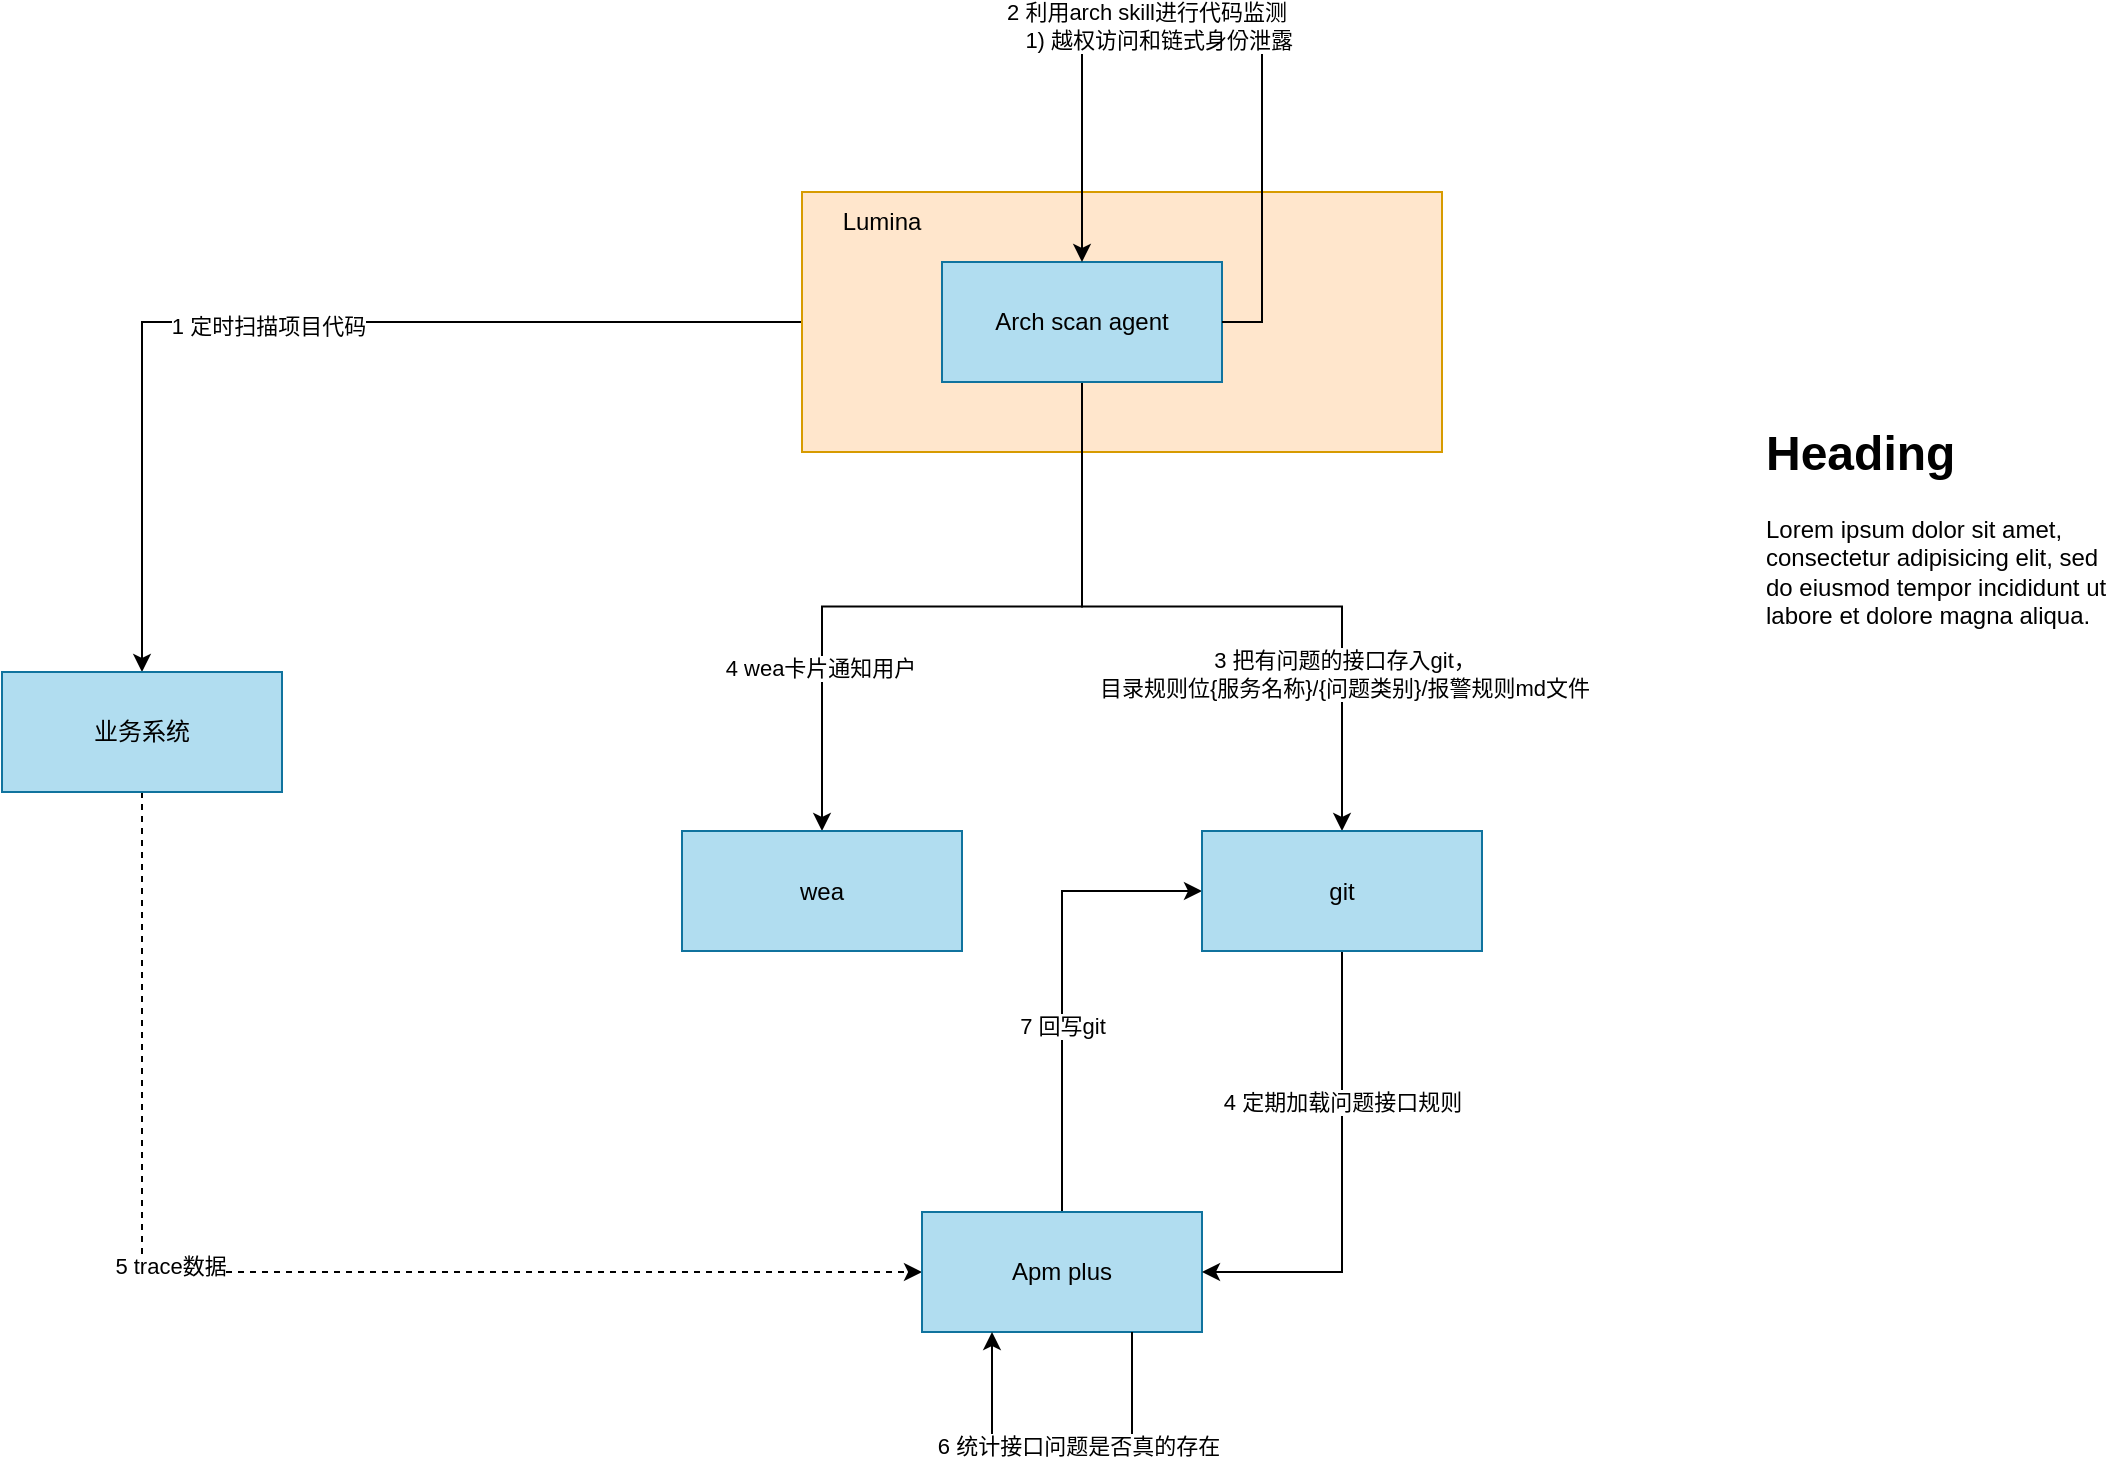
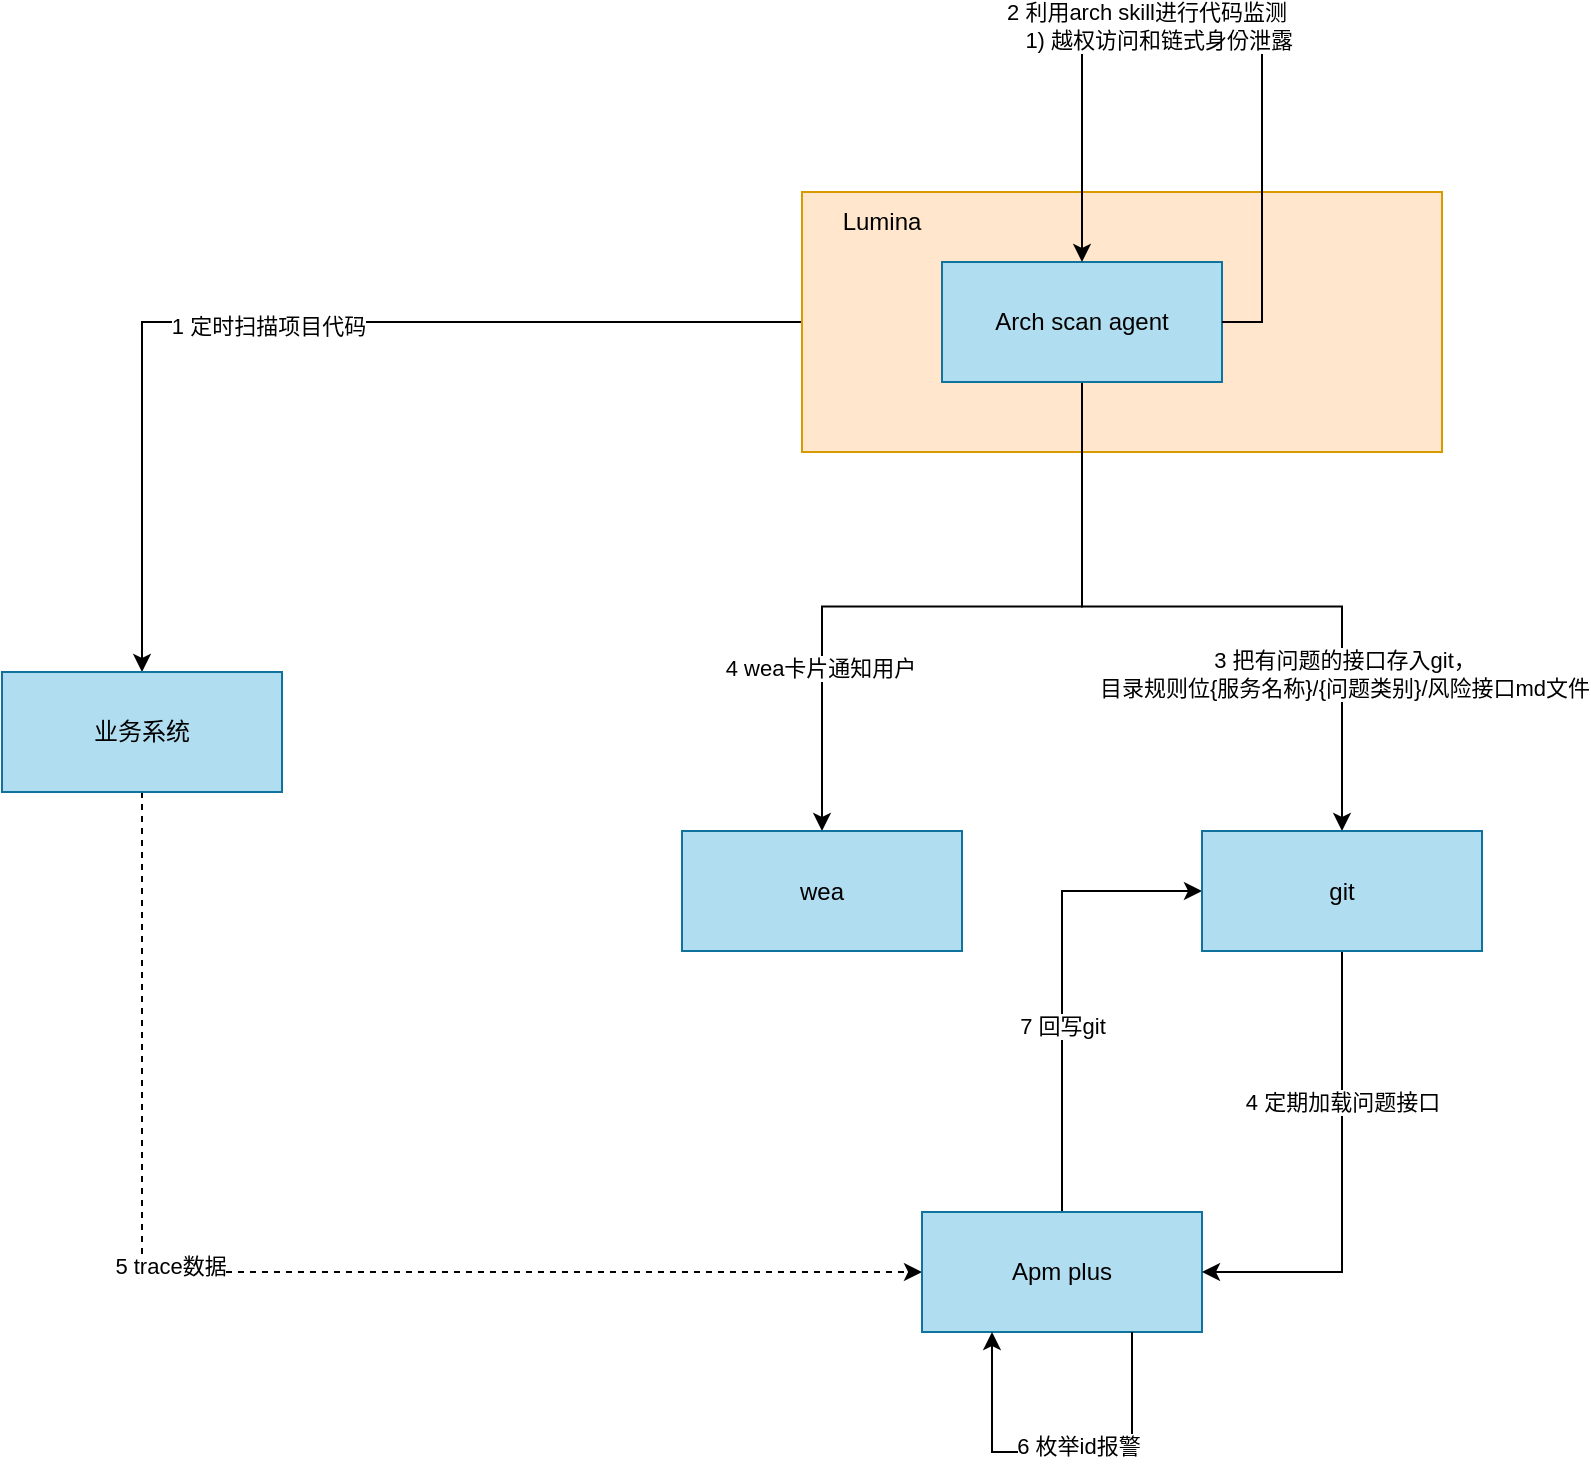
<mxfile host="app.diagrams.net">
  <diagram name="第 1 页" id="v4d0oD99BJNh_s1QToVL">
    <mxGraphModel dx="1222" dy="764" grid="1" gridSize="10" guides="1" tooltips="1" connect="1" arrows="1" fold="1" page="1" pageScale="1" pageWidth="3300" pageHeight="2339" math="0" shadow="0">
      <root>
        <mxCell id="0" />
        <mxCell id="1" parent="0" />
        <mxCell id="BZSGkBbcOcEUag34DBB_-2" edge="1" parent="1" source="SJECwPXb0EPlWWx2axZS-5" style="edgeStyle=orthogonalEdgeStyle;rounded=0;orthogonalLoop=1;jettySize=auto;html=1;exitX=0;exitY=0.5;exitDx=0;exitDy=0;" target="BZSGkBbcOcEUag34DBB_-1">
          <mxGeometry relative="1" as="geometry" />
        </mxCell>
        <mxCell id="BZSGkBbcOcEUag34DBB_-9" connectable="0" parent="BZSGkBbcOcEUag34DBB_-2" style="edgeLabel;html=1;align=center;verticalAlign=middle;resizable=0;points=[];" value="1 定时扫描项目代码" vertex="1">
          <mxGeometry relative="1" x="0.0582" y="2" as="geometry">
            <mxPoint as="offset" />
          </mxGeometry>
        </mxCell>
        <mxCell id="SJECwPXb0EPlWWx2axZS-5" parent="1" style="rounded=0;whiteSpace=wrap;html=1;fillColor=#ffe6cc;strokeColor=#d79b00;" value="" vertex="1">
          <mxGeometry height="130" width="320" x="530" y="160" as="geometry" />
        </mxCell>
        <mxCell id="BZSGkBbcOcEUag34DBB_-19" edge="1" parent="1" source="BZSGkBbcOcEUag34DBB_-1" style="edgeStyle=orthogonalEdgeStyle;rounded=0;orthogonalLoop=1;jettySize=auto;html=1;exitX=0.5;exitY=1;exitDx=0;exitDy=0;entryX=0;entryY=0.5;entryDx=0;entryDy=0;dashed=1;" target="BZSGkBbcOcEUag34DBB_-3">
          <mxGeometry relative="1" as="geometry" />
        </mxCell>
        <mxCell id="BZSGkBbcOcEUag34DBB_-20" connectable="0" parent="BZSGkBbcOcEUag34DBB_-19" style="edgeLabel;html=1;align=center;verticalAlign=middle;resizable=0;points=[];" value="5 trace数据" vertex="1">
          <mxGeometry relative="1" x="-0.1937" y="3" as="geometry">
            <mxPoint as="offset" />
          </mxGeometry>
        </mxCell>
        <mxCell id="BZSGkBbcOcEUag34DBB_-1" parent="1" style="rounded=0;whiteSpace=wrap;html=1;fillColor=#b1ddf0;strokeColor=#10739e;" value="业务系统" vertex="1">
          <mxGeometry height="60" width="140" x="130" y="400" as="geometry" />
        </mxCell>
        <mxCell id="BZSGkBbcOcEUag34DBB_-23" edge="1" parent="1" source="BZSGkBbcOcEUag34DBB_-3" style="edgeStyle=orthogonalEdgeStyle;rounded=0;orthogonalLoop=1;jettySize=auto;html=1;exitX=0.5;exitY=0;exitDx=0;exitDy=0;entryX=0;entryY=0.5;entryDx=0;entryDy=0;" target="BZSGkBbcOcEUag34DBB_-6">
          <mxGeometry relative="1" as="geometry" />
        </mxCell>
        <mxCell id="BZSGkBbcOcEUag34DBB_-24" connectable="0" parent="BZSGkBbcOcEUag34DBB_-23" style="edgeLabel;html=1;align=center;verticalAlign=middle;resizable=0;points=[];" value="7 回写git" vertex="1">
          <mxGeometry relative="1" x="-0.1931" as="geometry">
            <mxPoint as="offset" />
          </mxGeometry>
        </mxCell>
        <mxCell id="BZSGkBbcOcEUag34DBB_-3" parent="1" style="rounded=0;whiteSpace=wrap;html=1;fillColor=#b1ddf0;strokeColor=#10739e;" value="Apm plus" vertex="1">
          <mxGeometry height="60" width="140" x="590" y="670" as="geometry" />
        </mxCell>
        <mxCell id="BZSGkBbcOcEUag34DBB_-7" edge="1" parent="1" source="SJECwPXb0EPlWWx2axZS-4" style="edgeStyle=orthogonalEdgeStyle;rounded=0;orthogonalLoop=1;jettySize=auto;html=1;exitX=0.5;exitY=1;exitDx=0;exitDy=0;" target="BZSGkBbcOcEUag34DBB_-6">
          <mxGeometry relative="1" as="geometry" />
        </mxCell>
-         <mxCell id="BZSGkBbcOcEUag34DBB_-14" connectable="0" parent="BZSGkBbcOcEUag34DBB_-7" style="edgeLabel;html=1;align=center;verticalAlign=middle;resizable=0;points=[];" value="3 把有问题的接口存入git，&lt;div&gt;目录规则位{服务名称}/&lt;span style=&quot;background-color: light-dark(#ffffff, var(--ge-dark-color, #121212)); color: light-dark(rgb(0, 0, 0), rgb(255, 255, 255));&quot;&gt;{问题类别}/报警规则md文件&lt;/span&gt;&lt;/div&gt;" vertex="1">
+         <mxCell id="BZSGkBbcOcEUag34DBB_-14" connectable="0" parent="BZSGkBbcOcEUag34DBB_-7" style="edgeLabel;html=1;align=center;verticalAlign=middle;resizable=0;points=[];" value="3 把有问题的接口存入git，&lt;div&gt;目录规则位{服务名称}/&lt;span style=&quot;background-color: light-dark(#ffffff, var(--ge-dark-color, #121212)); color: light-dark(rgb(0, 0, 0), rgb(255, 255, 255));&quot;&gt;{问题类别}/风险接口md文件&lt;/span&gt;&lt;/div&gt;" vertex="1">
          <mxGeometry relative="1" x="0.0845" y="1" as="geometry">
            <mxPoint x="51" y="34" as="offset" />
          </mxGeometry>
        </mxCell>
        <mxCell id="BZSGkBbcOcEUag34DBB_-8" edge="1" parent="1" source="SJECwPXb0EPlWWx2axZS-4" style="edgeStyle=orthogonalEdgeStyle;rounded=0;orthogonalLoop=1;jettySize=auto;html=1;exitX=0.5;exitY=1;exitDx=0;exitDy=0;" target="BZSGkBbcOcEUag34DBB_-5">
          <mxGeometry relative="1" as="geometry" />
        </mxCell>
        <mxCell id="BZSGkBbcOcEUag34DBB_-15" connectable="0" parent="BZSGkBbcOcEUag34DBB_-8" style="edgeLabel;html=1;align=center;verticalAlign=middle;resizable=0;points=[];" value="4 wea卡片通知用户" vertex="1">
          <mxGeometry relative="1" x="0.538" y="-1" as="geometry">
            <mxPoint as="offset" />
          </mxGeometry>
        </mxCell>
        <mxCell id="SJECwPXb0EPlWWx2axZS-4" parent="1" style="rounded=0;whiteSpace=wrap;html=1;fillColor=#b1ddf0;strokeColor=#10739e;" value="Arch scan agent" vertex="1">
          <mxGeometry height="60" width="140" x="600" y="195" as="geometry" />
        </mxCell>
        <mxCell id="BZSGkBbcOcEUag34DBB_-4" parent="1" style="text;html=1;whiteSpace=wrap;strokeColor=none;fillColor=none;align=center;verticalAlign=middle;rounded=0;" value="Lumina" vertex="1">
          <mxGeometry height="30" width="60" x="540" y="160" as="geometry" />
        </mxCell>
        <mxCell id="BZSGkBbcOcEUag34DBB_-5" parent="1" style="rounded=0;whiteSpace=wrap;html=1;fillColor=#b1ddf0;strokeColor=#10739e;" value="wea" vertex="1">
          <mxGeometry height="60" width="140" x="470" y="479.5" as="geometry" />
        </mxCell>
        <mxCell id="BZSGkBbcOcEUag34DBB_-17" edge="1" parent="1" source="BZSGkBbcOcEUag34DBB_-6" style="edgeStyle=orthogonalEdgeStyle;rounded=0;orthogonalLoop=1;jettySize=auto;html=1;exitX=0.5;exitY=1;exitDx=0;exitDy=0;entryX=1;entryY=0.5;entryDx=0;entryDy=0;" target="BZSGkBbcOcEUag34DBB_-3">
          <mxGeometry relative="1" as="geometry" />
        </mxCell>
-         <mxCell id="BZSGkBbcOcEUag34DBB_-18" connectable="0" parent="BZSGkBbcOcEUag34DBB_-17" style="edgeLabel;html=1;align=center;verticalAlign=middle;resizable=0;points=[];" value="4 定期加载问题接口规则" vertex="1">
+         <mxCell id="BZSGkBbcOcEUag34DBB_-18" connectable="0" parent="BZSGkBbcOcEUag34DBB_-17" style="edgeLabel;html=1;align=center;verticalAlign=middle;resizable=0;points=[];" value="4 定期加载问题接口" vertex="1">
          <mxGeometry relative="1" x="-0.3536" as="geometry">
            <mxPoint y="1" as="offset" />
          </mxGeometry>
        </mxCell>
        <mxCell id="BZSGkBbcOcEUag34DBB_-6" parent="1" style="rounded=0;whiteSpace=wrap;html=1;fillColor=#b1ddf0;strokeColor=#10739e;" value="git" vertex="1">
          <mxGeometry height="60" width="140" x="730" y="479.5" as="geometry" />
        </mxCell>
        <mxCell id="BZSGkBbcOcEUag34DBB_-12" edge="1" parent="1" source="SJECwPXb0EPlWWx2axZS-4" style="edgeStyle=orthogonalEdgeStyle;rounded=0;orthogonalLoop=1;jettySize=auto;html=1;exitX=1;exitY=0.5;exitDx=0;exitDy=0;entryX=0.5;entryY=0;entryDx=0;entryDy=0;" target="SJECwPXb0EPlWWx2axZS-4">
          <mxGeometry relative="1" as="geometry">
            <Array as="points">
              <mxPoint x="760" y="225" />
              <mxPoint x="760" y="80" />
              <mxPoint x="670" y="80" />
            </Array>
          </mxGeometry>
        </mxCell>
        <mxCell id="BZSGkBbcOcEUag34DBB_-13" connectable="0" parent="BZSGkBbcOcEUag34DBB_-12" style="edgeLabel;html=1;align=center;verticalAlign=middle;resizable=0;points=[];" value="2 利用arch skill进行代码监测&lt;div&gt;&amp;nbsp; &amp;nbsp; 1) 越权访问和链式身份泄露&lt;/div&gt;" vertex="1">
          <mxGeometry relative="1" x="0.2054" y="-3" as="geometry">
            <mxPoint as="offset" />
          </mxGeometry>
        </mxCell>
        <mxCell id="BZSGkBbcOcEUag34DBB_-21" edge="1" parent="1" source="BZSGkBbcOcEUag34DBB_-3" style="edgeStyle=orthogonalEdgeStyle;rounded=0;orthogonalLoop=1;jettySize=auto;html=1;exitX=0.75;exitY=1;exitDx=0;exitDy=0;entryX=0.25;entryY=1;entryDx=0;entryDy=0;" target="BZSGkBbcOcEUag34DBB_-3">
          <mxGeometry relative="1" as="geometry">
            <Array as="points">
              <mxPoint x="695" y="790" />
              <mxPoint x="625" y="790" />
            </Array>
          </mxGeometry>
        </mxCell>
-         <mxCell id="BZSGkBbcOcEUag34DBB_-22" connectable="0" parent="BZSGkBbcOcEUag34DBB_-21" style="edgeLabel;html=1;align=center;verticalAlign=middle;resizable=0;points=[];" value="6 统计接口问题是否真的存在" vertex="1">
+         <mxCell id="BZSGkBbcOcEUag34DBB_-22" connectable="0" parent="BZSGkBbcOcEUag34DBB_-21" style="edgeLabel;html=1;align=center;verticalAlign=middle;resizable=0;points=[];" value="6 枚举id报警" vertex="1">
          <mxGeometry relative="1" x="-0.0842" y="-3" as="geometry">
            <mxPoint as="offset" />
          </mxGeometry>
-         </mxCell>
-         <mxCell id="BZSGkBbcOcEUag34DBB_-25" parent="1" style="text;html=1;whiteSpace=wrap;overflow=hidden;rounded=0;" value="&lt;h1 style=&quot;margin-top: 0px;&quot;&gt;Heading&lt;/h1&gt;&lt;p&gt;Lorem ipsum dolor sit amet, consectetur adipisicing elit, sed do eiusmod tempor incididunt ut labore et dolore magna aliqua.&lt;/p&gt;" vertex="1">
-           <mxGeometry height="120" width="180" x="1010" y="270" as="geometry" />
        </mxCell>
      </root>
    </mxGraphModel>
  </diagram>
</mxfile>
